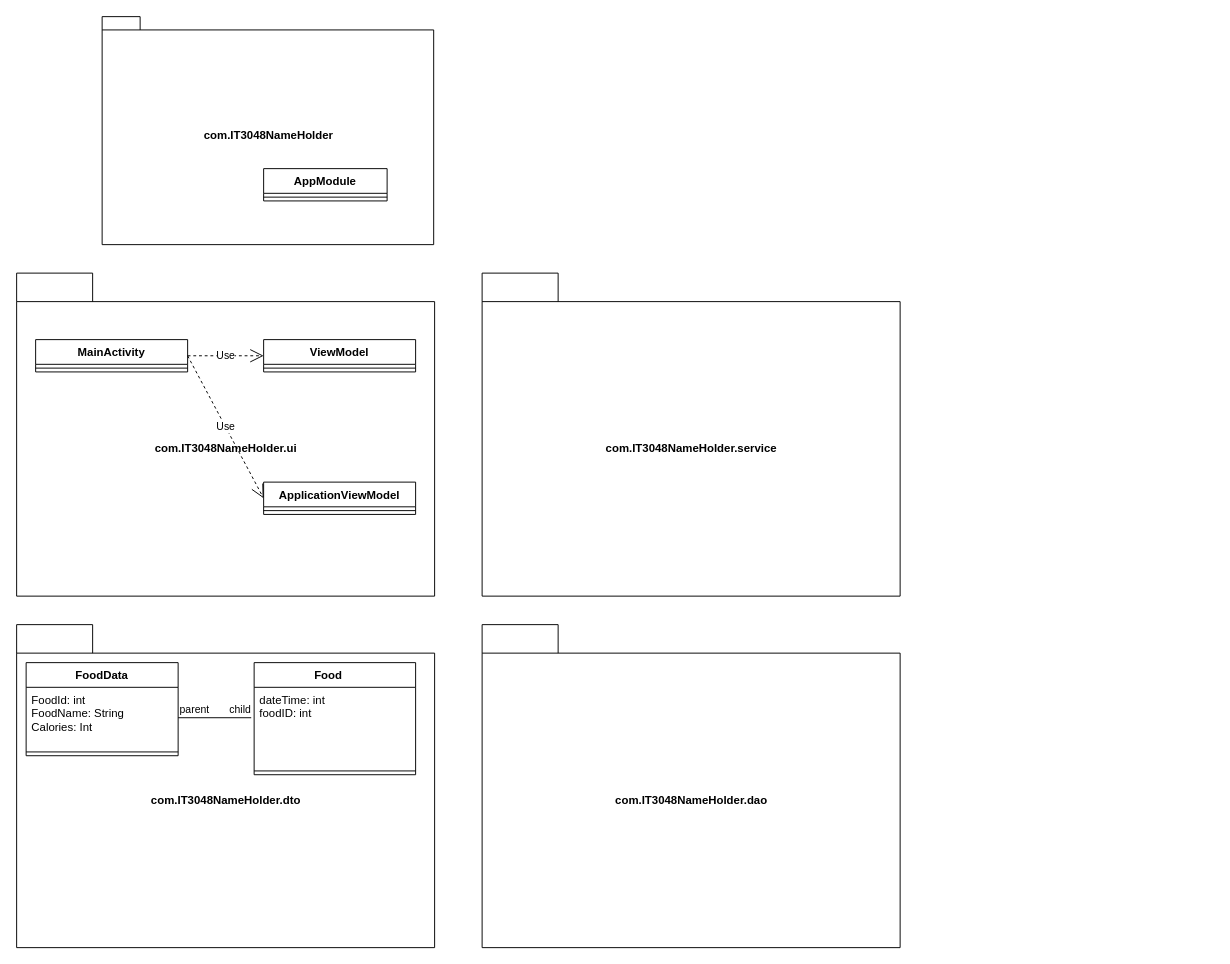
Earlier version of the draw.io diagram IT3048C.drawio (comstogm/ProjectIT3048C). Source tidied: cells renumbered, new cells numbered last; positions are measured from the earlier drawing's top-left corner, leaving out a move shared by most shapes. Both pictures are drawn from the tidied source at 95%, with x=0, y=0 at pixel (16, 16).
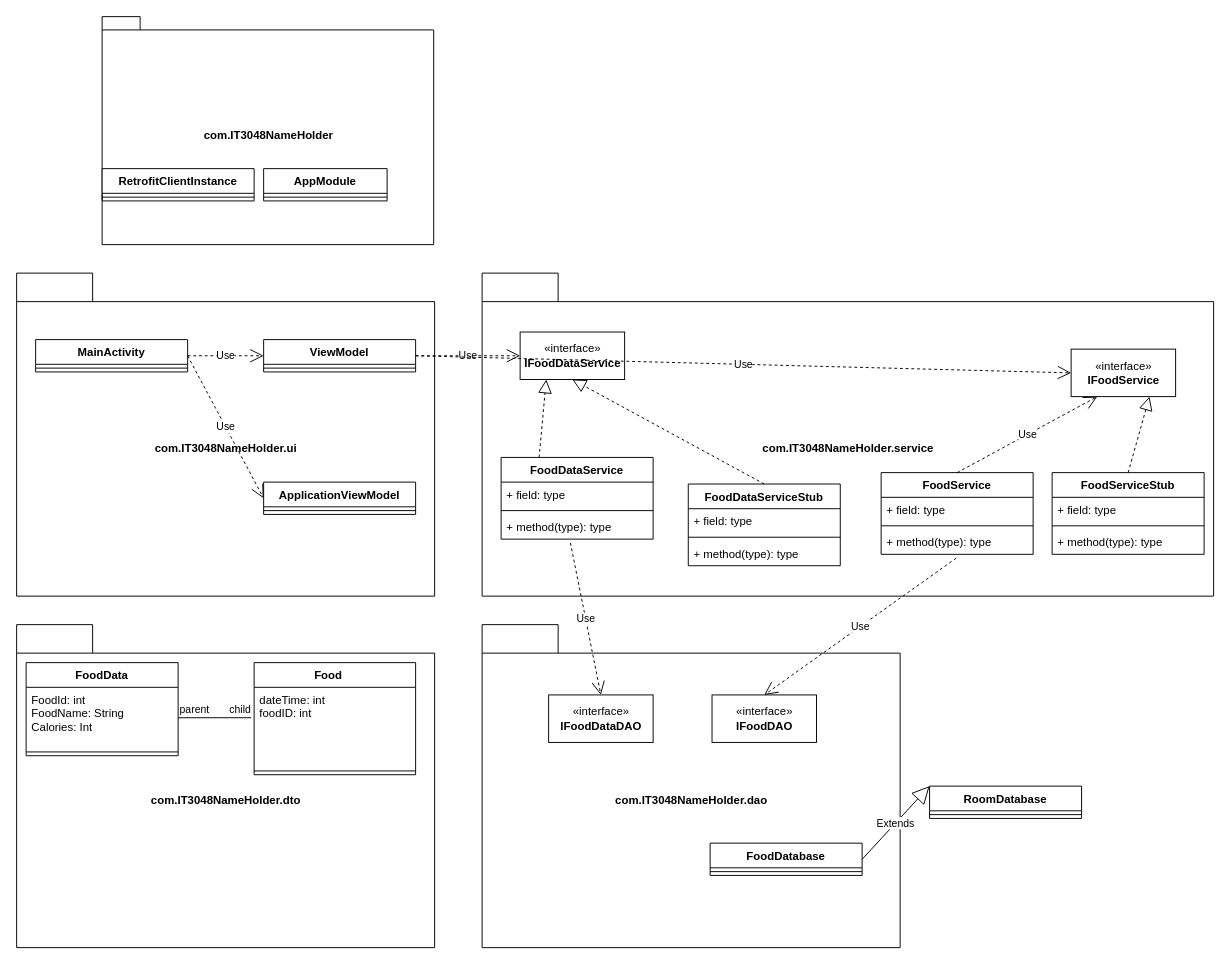
After the change.

The change refers to these unchanged cells:
```xml
<mxCell id="8" value="ViewModel" style="swimlane;fontStyle=1;align=center;verticalAlign=top;horizontal=1;startSize=26;" parent="1" vertex="1">
  <mxGeometry x="260" y="340" width="160" height="34" as="geometry" />
</mxCell>
```

What changed in the source:
```diff
@@
     <mxCell id="4" value="com.IT3048NameHolder.service" style="shape=folder;fontStyle=1;tabWidth=80;tabHeight=30;tabPosition=left;html=1;boundedLbl=1;" parent="1" vertex="1">
-      <mxGeometry x="490" y="270" width="440" height="340" as="geometry" />
+      <mxGeometry x="490" y="270" width="770" height="340" as="geometry" />
     </mxCell>
@@
+    <mxCell id="26" value="FoodDataService" style="swimlane;fontStyle=1;align=center;verticalAlign=top;horizontal=1;startSize=26;" parent="1" vertex="1">
+      <mxGeometry x="510" y="464" width="160" height="86" as="geometry" />
+    </mxCell>
+    <mxCell id="27" value="+ field: type" style="text;strokeColor=none;fillColor=none;align=left;verticalAlign=top;spacingLeft=4;spacingRight=4;overflow=hidden;" parent="26" vertex="1">
+      <mxGeometry y="26" width="160" height="26" as="geometry" />
+    </mxCell>
+    <mxCell id="28" style="line;strokeWidth=1;fillColor=none;align=left;verticalAlign=middle;spacingTop=-1;spacingLeft=3;spacingRight=3;labelPosition=right;strokeColor=inherit;" parent="26" vertex="1">
+      <mxGeometry y="52" width="160" height="8" as="geometry" />
+    </mxCell>
+    <mxCell id="29" value="+ method(type): type" style="text;strokeColor=none;fillColor=none;align=left;verticalAlign=top;spacingLeft=4;spacingRight=4;overflow=hidden;points=[[0,0.5],[1,0.5]];portConstraint=eastwest;" parent="26" vertex="1">
+      <mxGeometry y="60" width="160" height="26" as="geometry" />
+    </mxCell>
+    <mxCell id="30" value="FoodService" style="swimlane;fontStyle=1;align=center;verticalAlign=top;horizontal=1;startSize=26;" parent="1" vertex="1">
+      <mxGeometry x="910" y="480" width="160" height="86" as="geometry" />
+    </mxCell>
+    <mxCell id="31" value="+ field: type" style="text;strokeColor=none;fillColor=none;align=left;verticalAlign=top;spacingLeft=4;spacingRight=4;overflow=hidden;" parent="30" vertex="1">
+      <mxGeometry y="26" width="160" height="26" as="geometry" />
+    </mxCell>
+    <mxCell id="32" style="line;strokeWidth=1;fillColor=none;align=left;verticalAlign=middle;spacingTop=-1;spacingLeft=3;spacingRight=3;labelPosition=right;strokeColor=inherit;" parent="30" vertex="1">
+      <mxGeometry y="52" width="160" height="8" as="geometry" />
+    </mxCell>
+    <mxCell id="33" value="+ method(type): type" style="text;strokeColor=none;fillColor=none;align=left;verticalAlign=top;spacingLeft=4;spacingRight=4;overflow=hidden;points=[[0,0.5],[1,0.5]];portConstraint=eastwest;" parent="30" vertex="1">
+      <mxGeometry y="60" width="160" height="26" as="geometry" />
+    </mxCell>
+    <mxCell id="34" value="«interface»&lt;br&gt;&lt;b&gt;IFoodService&lt;/b&gt;" style="html=1;" parent="1" vertex="1">
+      <mxGeometry x="1110" y="350" width="110" height="50" as="geometry" />
+    </mxCell>
+    <mxCell id="35" value="«interface»&lt;br&gt;&lt;b&gt;IFoodDataService&lt;/b&gt;" style="html=1;" parent="1" vertex="1">
+      <mxGeometry x="530" y="332" width="110" height="50" as="geometry" />
+    </mxCell>
+    <mxCell id="36" style="endArrow=block;dashed=1;endFill=0;endSize=12;html=1;rounded=0;exitX=0.25;exitY=0;exitDx=0;exitDy=0;entryX=0.25;entryY=1;entryDx=0;entryDy=0;" parent="1" edge="1" source="26" target="35">
+      <mxGeometry relative="1" as="geometry" />
+    </mxCell>
+    <mxCell id="37" value="FoodDataServiceStub" style="swimlane;fontStyle=1;align=center;verticalAlign=top;horizontal=1;startSize=26;" parent="1" vertex="1">
+      <mxGeometry x="707" y="492" width="160" height="86" as="geometry" />
+    </mxCell>
+    <mxCell id="38" value="+ field: type" style="text;strokeColor=none;fillColor=none;align=left;verticalAlign=top;spacingLeft=4;spacingRight=4;overflow=hidden;" parent="37" vertex="1">
+      <mxGeometry y="26" width="160" height="26" as="geometry" />
+    </mxCell>
+    <mxCell id="39" style="line;strokeWidth=1;fillColor=none;align=left;verticalAlign=middle;spacingTop=-1;spacingLeft=3;spacingRight=3;labelPosition=right;strokeColor=inherit;" parent="37" vertex="1">
+      <mxGeometry y="52" width="160" height="8" as="geometry" />
+    </mxCell>
+    <mxCell id="40" value="+ method(type): type" style="text;strokeColor=none;fillColor=none;align=left;verticalAlign=top;spacingLeft=4;spacingRight=4;overflow=hidden;" parent="37" vertex="1">
+      <mxGeometry y="60" width="160" height="26" as="geometry" />
+    </mxCell>
+    <mxCell id="41" style="endArrow=block;dashed=1;endFill=0;endSize=12;html=1;rounded=0;entryX=0.5;entryY=1;entryDx=0;entryDy=0;exitX=0.5;exitY=0;exitDx=0;exitDy=0;" parent="1" edge="1" source="37" target="35">
+      <mxGeometry relative="1" as="geometry" />
+    </mxCell>
+    <mxCell id="42" value="FoodServiceStub" style="swimlane;fontStyle=1;align=center;verticalAlign=top;horizontal=1;startSize=26;" parent="1" vertex="1">
+      <mxGeometry x="1090" y="480" width="160" height="86" as="geometry" />
+    </mxCell>
+    <mxCell id="43" value="+ field: type" style="text;strokeColor=none;fillColor=none;align=left;verticalAlign=top;spacingLeft=4;spacingRight=4;overflow=hidden;" parent="42" vertex="1">
+      <mxGeometry y="26" width="160" height="26" as="geometry" />
+    </mxCell>
+    <mxCell id="44" style="line;strokeWidth=1;fillColor=none;align=left;verticalAlign=middle;spacingTop=-1;spacingLeft=3;spacingRight=3;labelPosition=right;strokeColor=inherit;" parent="42" vertex="1">
+      <mxGeometry y="52" width="160" height="8" as="geometry" />
+    </mxCell>
+    <mxCell id="45" value="+ method(type): type" style="text;strokeColor=none;fillColor=none;align=left;verticalAlign=top;spacingLeft=4;spacingRight=4;overflow=hidden;" parent="42" vertex="1">
+      <mxGeometry y="60" width="160" height="26" as="geometry" />
+    </mxCell>
+    <mxCell id="46" value="Use" style="endArrow=open;endSize=12;dashed=1;html=1;rounded=0;entryX=0.25;entryY=1;entryDx=0;entryDy=0;exitX=0.5;exitY=0;exitDx=0;exitDy=0;" parent="1" edge="1" source="30" target="34">
+      <mxGeometry relative="1" as="geometry" />
+    </mxCell>
+    <mxCell id="47" style="endArrow=block;dashed=1;endFill=0;endSize=12;html=1;rounded=0;entryX=0.75;entryY=1;entryDx=0;entryDy=0;exitX=0.5;exitY=0;exitDx=0;exitDy=0;" parent="1" edge="1" source="42" target="34">
+      <mxGeometry relative="1" as="geometry" />
+    </mxCell>
+    <mxCell id="48" value="Use" style="endArrow=open;endSize=12;dashed=1;html=1;rounded=0;exitX=1;exitY=0.5;exitDx=0;exitDy=0;entryX=0;entryY=0.5;entryDx=0;entryDy=0;" parent="1" edge="1" source="8" target="35">
+      <mxGeometry relative="1" as="geometry" />
+    </mxCell>
+    <mxCell id="49" value="Use" style="endArrow=open;endSize=12;dashed=1;html=1;rounded=0;exitX=1;exitY=0.5;exitDx=0;exitDy=0;entryX=0;entryY=0.5;entryDx=0;entryDy=0;" parent="1" edge="1" source="8" target="34">
+      <mxGeometry relative="1" as="geometry" />
+    </mxCell>
+    <mxCell id="50" value="«interface»&lt;br&gt;&lt;b&gt;IFoodDataDAO&lt;/b&gt;" style="html=1;" parent="1" vertex="1">
+      <mxGeometry x="560" y="714" width="110" height="50" as="geometry" />
+    </mxCell>
+    <mxCell id="51" value="Use" style="endArrow=open;endSize=12;dashed=1;html=1;rounded=0;exitX=0.456;exitY=1.154;exitDx=0;exitDy=0;exitPerimeter=0;entryX=0.5;entryY=0;entryDx=0;entryDy=0;" parent="1" edge="1" source="29" target="50">
+      <mxGeometry relative="1" as="geometry" />
+    </mxCell>
+    <mxCell id="52" value="RetrofitClientInstance" style="swimlane;fontStyle=1;align=center;verticalAlign=top;horizontal=1;startSize=26;" parent="1" vertex="1">
+      <mxGeometry x="90" y="160" width="160" height="34" as="geometry" />
+    </mxCell>
+    <mxCell id="53" style="line;strokeWidth=1;fillColor=none;align=left;verticalAlign=middle;spacingTop=-1;spacingLeft=3;spacingRight=3;labelPosition=right;strokeColor=inherit;" parent="52" vertex="1">
+      <mxGeometry y="26" width="160" height="8" as="geometry" />
+    </mxCell>
+    <mxCell id="54" value="«interface»&lt;br&gt;&lt;b&gt;IFoodDAO&lt;/b&gt;" style="html=1;" parent="1" vertex="1">
+      <mxGeometry x="732" y="714" width="110" height="50" as="geometry" />
+    </mxCell>
+    <mxCell id="55" value="Use" style="endArrow=open;endSize=12;dashed=1;html=1;rounded=0;entryX=0.5;entryY=0;entryDx=0;entryDy=0;exitX=0.494;exitY=1.154;exitDx=0;exitDy=0;exitPerimeter=0;" parent="1" edge="1" source="33" target="54">
+      <mxGeometry relative="1" as="geometry" />
+    </mxCell>
+    <mxCell id="56" value="FoodDatabase&#10;" style="swimlane;fontStyle=1;align=center;verticalAlign=top;horizontal=1;startSize=26;" parent="1" vertex="1">
+      <mxGeometry x="730" y="870" width="160" height="34" as="geometry" />
+    </mxCell>
+    <mxCell id="57" style="line;strokeWidth=1;fillColor=none;align=left;verticalAlign=middle;spacingTop=-1;spacingLeft=3;spacingRight=3;labelPosition=right;strokeColor=inherit;" parent="56" vertex="1">
+      <mxGeometry y="26" width="160" height="8" as="geometry" />
+    </mxCell>
+    <mxCell id="58" value="RoomDatabase" style="swimlane;fontStyle=1;align=center;verticalAlign=top;horizontal=1;startSize=26;" parent="1" vertex="1">
+      <mxGeometry x="961" y="810" width="160" height="34" as="geometry" />
+    </mxCell>
+    <mxCell id="59" style="line;strokeWidth=1;fillColor=none;align=left;verticalAlign=middle;spacingTop=-1;spacingLeft=3;spacingRight=3;labelPosition=right;strokeColor=inherit;" parent="58" vertex="1">
+      <mxGeometry y="26" width="160" height="8" as="geometry" />
+    </mxCell>
+    <mxCell id="60" value="Extends" style="endArrow=block;endSize=16;endFill=0;html=1;rounded=0;entryX=0;entryY=0;entryDx=0;entryDy=0;exitX=1;exitY=0.5;exitDx=0;exitDy=0;" parent="1" edge="1" source="56" target="58">
+      <mxGeometry relative="1" as="geometry" />
+    </mxCell>
```
